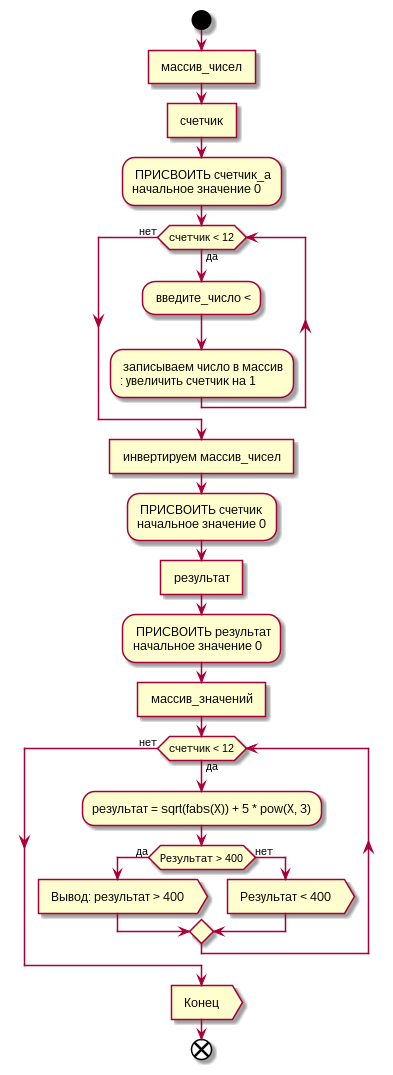
demo2022-prog/Homework keeps this PlantUML diagram as TPK.png. Above is the earlier version. Its diagram source:
```plantuml
@startuml
start
: массив_чисел ]
: счетчик ]
: ПРИСВОИТЬ счетчик_a\nначальное значение 0;
while (счетчик < 12) is (да)
 : введите_число <;
 : записываем число в массив
 : увеличить счетчик на 1;
endwhile (нет)
: инвертируем массив_чисел ]
: ПРИСВОИТЬ счетчик\nначальное значение 0;
: результат ]
: ПРИСВОИТЬ результат\nначальное значение 0;
: массив_значений ]
while (счетчик < 12) is (да)
 :результат = sqrt(fabs(Х)) + 5 * pow(Х, 3);
if (Результат > 400) then (да)
: Вывод: результат > 400 >
else (нет)
: Результат < 400 >
endif
endwhile (нет)
: Конец >
end
@enduml
```
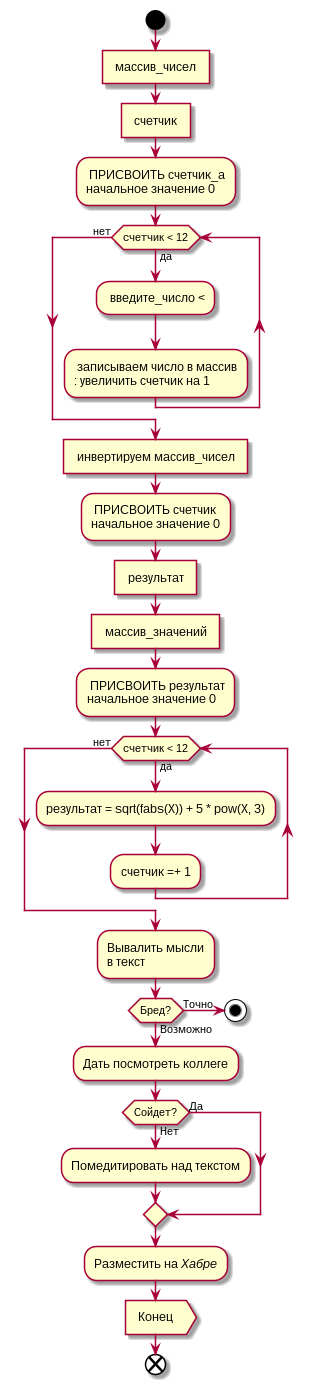
Later version of the same file.

Commit message:
upd_homework

Change to the diagram source:
```diff
@@ -1,26 +1,41 @@
 @startuml
+
 start
+
 : массив_чисел ]
 : счетчик ]
 : ПРИСВОИТЬ счетчик_a\nначальное значение 0;
 while (счетчик < 12) is (да)
- : введите_число <;
- : записываем число в массив
- : увеличить счетчик на 1;
+	: введите_число <;
+	: записываем число в массив
+	: увеличить счетчик на 1;
 endwhile (нет)
 : инвертируем массив_чисел ]
 : ПРИСВОИТЬ счетчик\nначальное значение 0;
 : результат ]
+: массив_значений ]
 : ПРИСВОИТЬ результат\nначальное значение 0;
-: массив_значений ]
 while (счетчик < 12) is (да)
- :результат = sqrt(fabs(Х)) + 5 * pow(Х, 3);
-if (Результат > 400) then (да)
-: Вывод: результат > 400 >
-else (нет)
-: Результат < 400 >
+	:результат = sqrt(fabs(Х)) + 5 * pow(Х, 3);
+	:счетчик =+ 1;
+endwhile (нет)
+
+:Вывалить мысли
+в текст;
+if (Бред?) then (Возможно)
+    :Дать посмотреть коллеге;
+    if (Сойдет?) then (Да)
+    else (Нет)
+        :Помедитировать над текстом;
+    endif
+    :Разместить на //Хабре//;
+else (Точно)
+    stop
 endif
-endwhile (нет)
+
 : Конец >
+
+
 end
+
 @enduml
```
